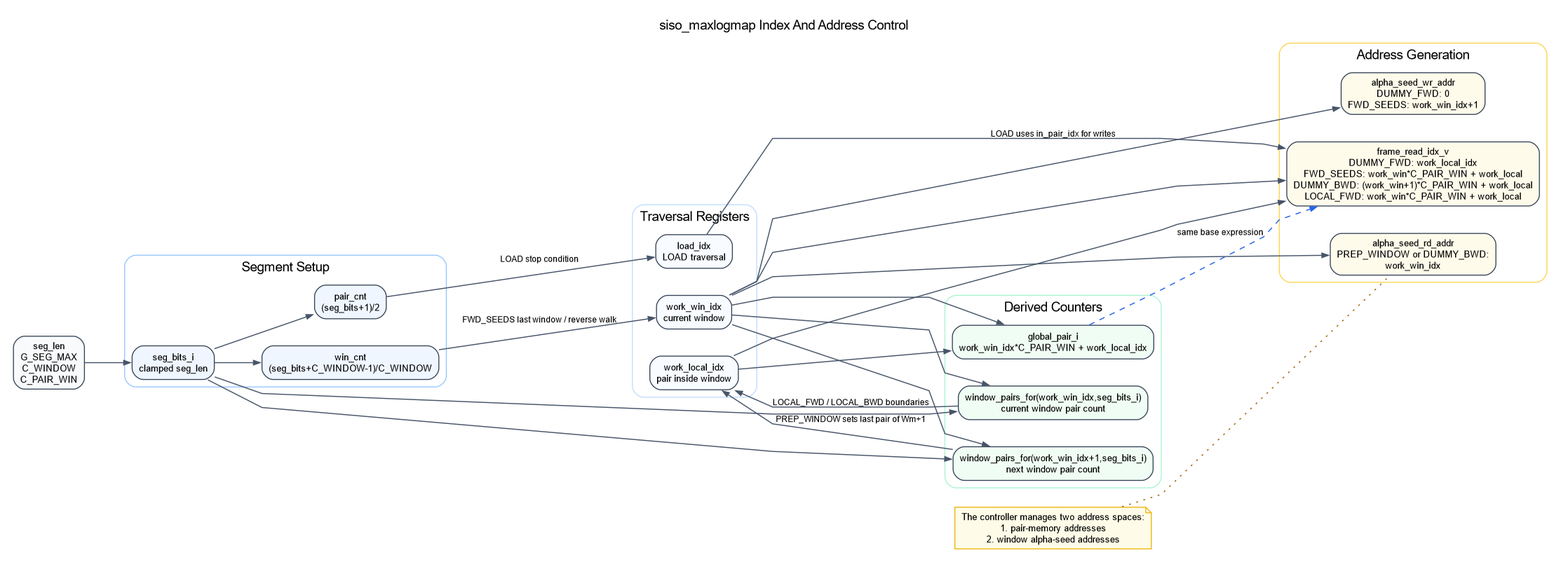
Before: architecture_exports/siso_maxlogmap/internal_control/SISO_MAXLOGMAP_INDEX_AND_ADDRESS_CONTROL.png, a diagram exported from Graphviz (HarshithaModekurty/Parallel-Turbo-Decoder-ASIC-for-3GPP-LTE). Its source is kept beside it as architecture_exports/siso_maxlogmap/internal_control/SISO_MAXLOGMAP_INDEX_AND_ADDRESS_CONTROL.dot.
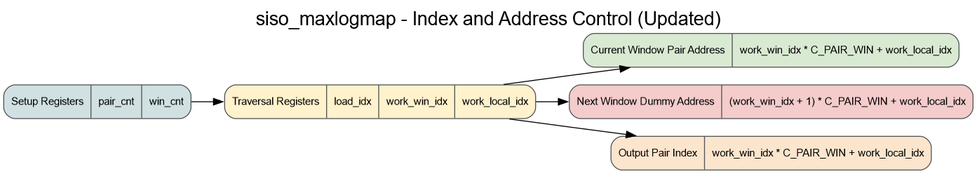
The same diagram one commit later.

Diff of the diagram source:
```diff
@@ -1,98 +1,16 @@
-digraph siso_index_addr {
-  graph [
-    rankdir=LR,
-    splines=polyline,
-    nodesep=0.4,
-    ranksep=0.7,
-    pad=0.2,
-    bgcolor="white",
-    fontname="Helvetica",
-    labelloc="t",
-    label="siso_maxlogmap Index And Address Control"
-  ];
+digraph G {
+  rankdir=LR;
+  graph [labelloc=t, fontsize=20, fontname="Helvetica", label="siso_maxlogmap - Index and Address Control (Updated)"];
+  node [shape=record, style="rounded,filled", fontname="Helvetica", fontsize=11, fillcolor="#f8f6ef", color="#555555"];
 
-  node [
-    shape=box,
-    style="rounded,filled",
-    fillcolor="white",
-    color="#334155",
-    fontname="Helvetica",
-    fontsize=10,
-    margin="0.10,0.06"
-  ];
+  setup [label="{Setup Registers|pair_cnt|win_cnt}", fillcolor="#d0e0e3"];
+  idx [label="{Traversal Registers|load_idx|work_win_idx|work_local_idx}", fillcolor="#fff2cc"];
+  addr0 [label="{Current Window Pair Address|work_win_idx * C_PAIR_WIN + work_local_idx}", fillcolor="#d9ead3"];
+  addr1 [label="{Next Window Dummy Address|(work_win_idx + 1) * C_PAIR_WIN + work_local_idx}", fillcolor="#f4cccc"];
+  outidx [label="{Output Pair Index|work_win_idx * C_PAIR_WIN + work_local_idx}", fillcolor="#fce5cd"];
 
-  edge [
-    color="#475569",
-    arrowsize=0.7,
-    penwidth=1.1,
-    fontname="Helvetica",
-    fontsize=9
-  ];
-
-  seg_in [label="seg_len\nG_SEG_MAX\nC_WINDOW\nC_PAIR_WIN", fillcolor="#F8FAFC"];
-
-  subgraph cluster_setup {
-    label="Segment Setup";
-    color="#93C5FD";
-    style="rounded";
-
-    seg_bits [label="seg_bits_i\nclamped seg_len", fillcolor="#EFF6FF"];
-    pair_cnt [label="pair_cnt\n(seg_bits+1)/2", fillcolor="#EFF6FF"];
-    win_cnt [label="win_cnt\n(seg_bits+C_WINDOW-1)/C_WINDOW", fillcolor="#EFF6FF"];
-  }
-
-  subgraph cluster_regs {
-    label="Traversal Registers";
-    color="#BFDBFE";
-    style="rounded";
-
-    load_idx [label="load_idx\nLOAD traversal", fillcolor="#F8FBFF"];
-    work_win [label="work_win_idx\ncurrent window", fillcolor="#F8FBFF"];
-    work_local [label="work_local_idx\npair inside window", fillcolor="#F8FBFF"];
-  }
-
-  subgraph cluster_derive {
-    label="Derived Counters";
-    color="#A7F3D0";
-    style="rounded";
-
-    win_pairs [label="window_pairs_for(work_win_idx,seg_bits_i)\ncurrent window pair count", fillcolor="#F0FDF4"];
-    next_win_pairs [label="window_pairs_for(work_win_idx+1,seg_bits_i)\nnext window pair count", fillcolor="#F0FDF4"];
-    global_pair [label="global_pair_i\nwork_win_idx*C_PAIR_WIN + work_local_idx", fillcolor="#F0FDF4"];
-  }
-
-  subgraph cluster_addr {
-    label="Address Generation";
-    color="#FCD34D";
-    style="rounded";
-
-    frame_addr [label="frame_read_idx_v\nDUMMY_FWD: work_local_idx\nFWD_SEEDS: work_win*C_PAIR_WIN + work_local\nDUMMY_BWD: (work_win+1)*C_PAIR_WIN + work_local\nLOCAL_FWD: work_win*C_PAIR_WIN + work_local", fillcolor="#FFFBEB"];
-    alpha_wr [label="alpha_seed_wr_addr\nDUMMY_FWD: 0\nFWD_SEEDS: work_win_idx+1", fillcolor="#FFFBEB"];
-    alpha_rd [label="alpha_seed_rd_addr\nPREP_WINDOW or DUMMY_BWD:\nwork_win_idx", fillcolor="#FFFBEB"];
-  }
-
-  note0 [shape=note, fillcolor="#FEFCE8", color="#EAB308", label="The controller manages two address spaces:\n1. pair-memory addresses\n2. window alpha-seed addresses"];
-
-  seg_in -> seg_bits;
-  seg_bits -> pair_cnt;
-  seg_bits -> win_cnt;
-
-  seg_bits -> win_pairs;
-  seg_bits -> next_win_pairs;
-  work_win -> win_pairs;
-  work_win -> next_win_pairs;
-
-  load_idx -> frame_addr [label="LOAD uses in_pair_idx for writes"];
-  work_win -> frame_addr;
-  work_local -> frame_addr;
-  work_win -> alpha_wr;
-  work_win -> alpha_rd;
-  work_win -> global_pair;
-  work_local -> global_pair;
-  next_win_pairs -> work_local [label="PREP_WINDOW sets last pair of Wm+1"];
-  win_pairs -> work_local [label="LOCAL_FWD / LOCAL_BWD boundaries"];
-  pair_cnt -> load_idx [label="LOAD stop condition"];
-  win_cnt -> work_win [label="FWD_SEEDS last window / reverse walk"];
-  global_pair -> frame_addr [style=dashed, color="#2563EB", label="same base expression"];
-  note0 -> alpha_rd [style=dotted, arrowhead=none, color="#A16207"];
+  setup -> idx;
+  idx -> addr0;
+  idx -> addr1;
+  idx -> outidx;
 }
```
